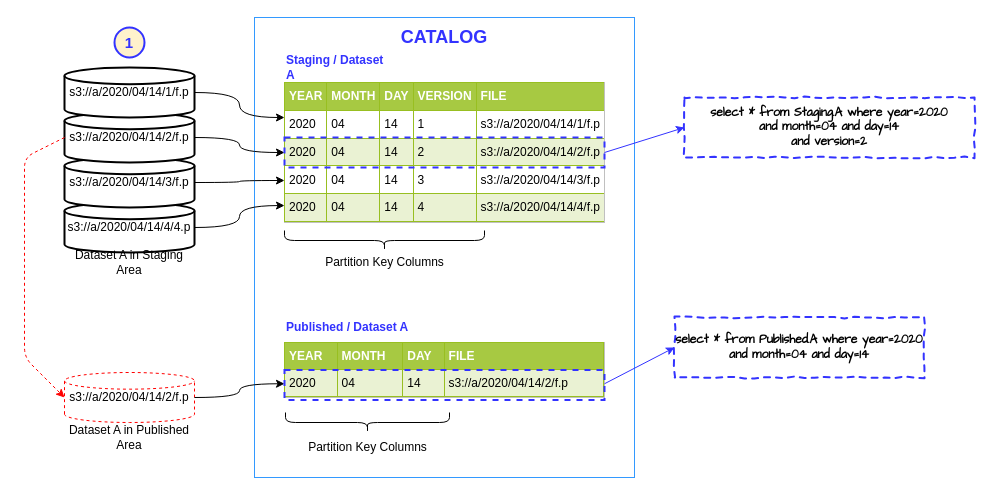
This is src/data-lake-catalog-magic.drawio from victor-kolesnikov/light, a draw.io file, before an edit. Source tidied: cells renumbered, new cells numbered last; positions are measured from the earlier drawing's top-left corner, leaving out a move shared by most shapes. Both pictures are drawn from the tidied source at 100%, with x=0, y=0 at pixel (24, 17).
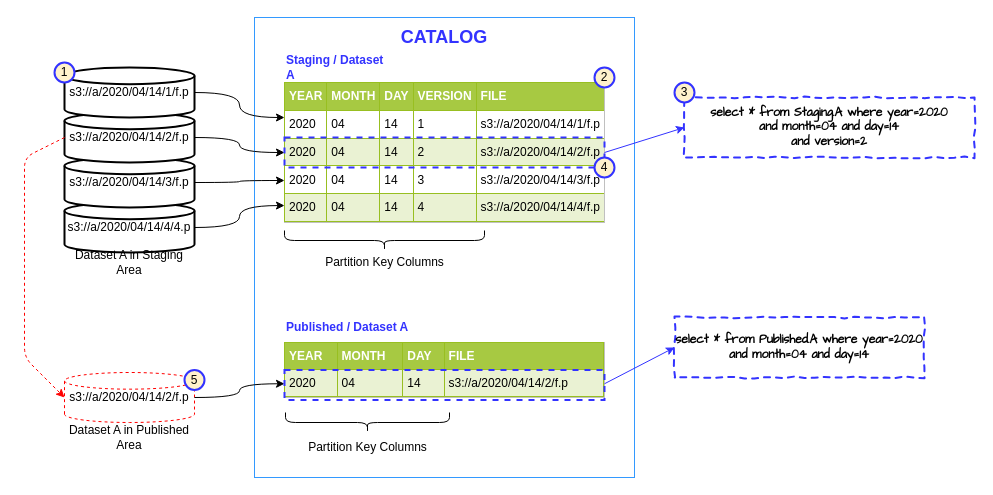
The same page after the edit.

Diff of the diagram source:
```diff
@@
-    <mxCell id="31" value="&lt;font style=&quot;font-size: 15px&quot; color=&quot;#3333FF&quot;&gt;&lt;b&gt;1&lt;/b&gt;&lt;/font&gt;" style="ellipse;whiteSpace=wrap;html=1;strokeWidth=2;fillColor=#FFF2CC;strokeColor=#3333FF;" parent="1" vertex="1">
-      <mxGeometry x="90" y="10" width="30" height="30" as="geometry" />
+    <mxCell id="31" value="1" style="ellipse;whiteSpace=wrap;html=1;strokeWidth=2;fillColor=#FFF2CC;strokeColor=#3333FF;" parent="1" vertex="1">
+      <mxGeometry x="30" y="45" width="20" height="20" as="geometry" />
     </mxCell>
+    <mxCell id="32" value="2" style="ellipse;whiteSpace=wrap;html=1;strokeWidth=2;fillColor=#FFF2CC;strokeColor=#3333FF;" parent="1" vertex="1">
+      <mxGeometry x="570" y="50" width="20" height="20" as="geometry" />
+    </mxCell>
+    <mxCell id="33" value="3" style="ellipse;whiteSpace=wrap;html=1;strokeWidth=2;fillColor=#FFF2CC;strokeColor=#3333FF;" parent="1" vertex="1">
+      <mxGeometry x="650" y="65" width="20" height="20" as="geometry" />
+    </mxCell>
+    <mxCell id="34" value="4" style="ellipse;whiteSpace=wrap;html=1;strokeWidth=2;fillColor=#FFF2CC;strokeColor=#3333FF;" parent="1" vertex="1">
+      <mxGeometry x="570" y="140" width="20" height="20" as="geometry" />
+    </mxCell>
+    <mxCell id="35" value="5" style="ellipse;whiteSpace=wrap;html=1;strokeWidth=2;fillColor=#FFF2CC;strokeColor=#3333FF;" parent="1" vertex="1">
+      <mxGeometry x="160" y="352.5" width="20" height="20" as="geometry" />
+    </mxCell>
```
